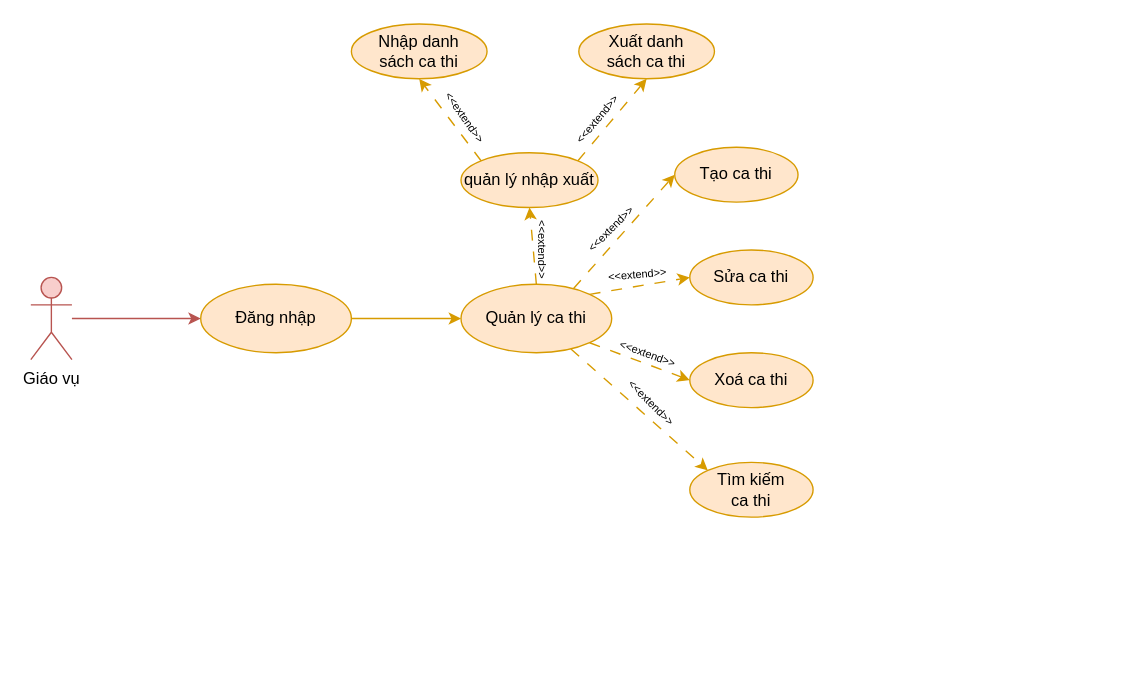
This is document/temp/draw/usecase_phanra/usecase_cathi.drawio from copecute/Edudex-Quiz, a draw.io file, before an edit. Source tidied: cells renumbered, new cells numbered last; positions are measured from the earlier drawing's top-left corner, leaving out a move shared by most shapes. Both pictures are drawn from the tidied source at 137%, with x=0, y=0 at pixel (30, 23).
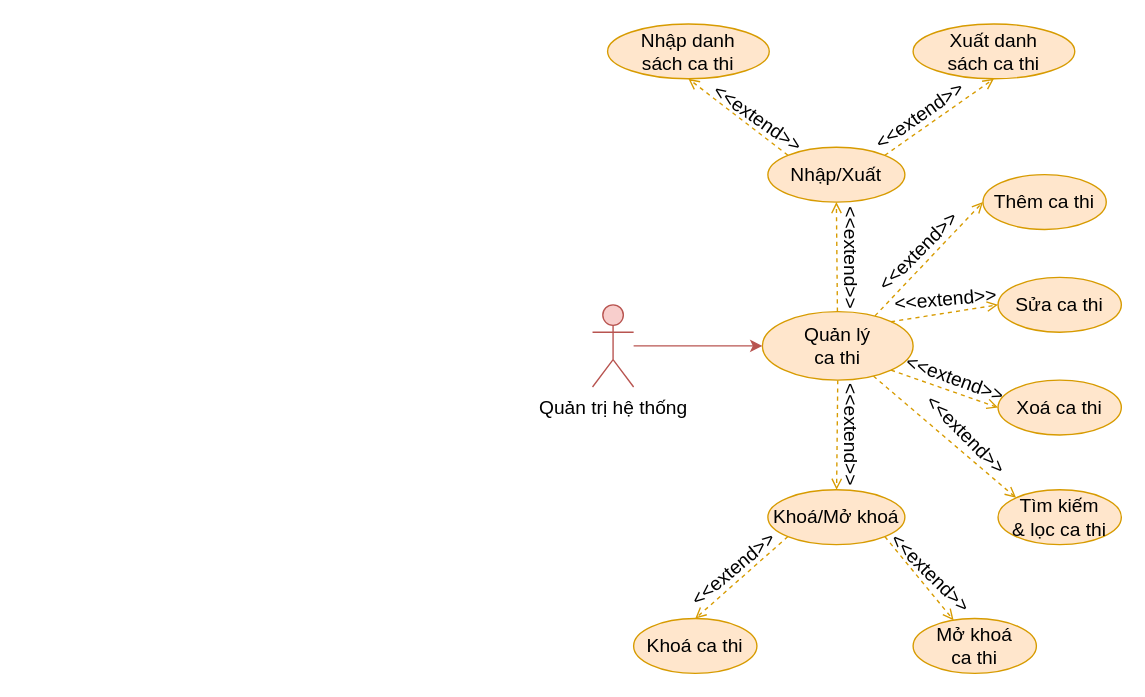
Above is the later version.

The edit, as a diff of the source:
```diff
@@
-    <mxCell id="2" value="&lt;font style=&quot;font-size: 8px;&quot;&gt;&amp;lt;&amp;lt;extend&amp;gt;&amp;gt;&lt;/font&gt;" style="text;html=1;strokeColor=none;fillColor=none;align=center;verticalAlign=middle;whiteSpace=wrap;rounded=0;rotation=90;" parent="1" vertex="1">
-      <mxGeometry x="345" y="150" width="60" height="30" as="geometry" />
-    </mxCell>
-    <mxCell id="3" style="rounded=0;jettySize=auto;html=1;entryX=0;entryY=0;entryDx=0;entryDy=0;fillColor=#ffe6cc;strokeColor=#d79b00;dashed=1;dashPattern=8 8;" parent="1" edge="1" source="5" target="12">
-      <mxGeometry relative="1" as="geometry" />
-    </mxCell>
-    <mxCell id="4" style="rounded=0;jettySize=auto;html=1;exitX=0.5;exitY=0;exitDx=0;exitDy=0;entryX=0.5;entryY=1;entryDx=0;entryDy=0;fillColor=#ffe6cc;strokeColor=#d79b00;dashed=1;dashPattern=8 8;" parent="1" edge="1" source="5" target="19">
-      <mxGeometry relative="1" as="geometry" />
-    </mxCell>
+    <mxCell id="28" style="rounded=0;jettySize=auto;html=1;entryX=0;entryY=0;entryDx=0;entryDy=0;fillColor=#ffe6cc;strokeColor=#d79b00;dashed=1;fontSize=14;endArrow=open;endFill=0;" parent="1" edge="1" source="5" target="33">
+      <mxGeometry relative="1" as="geometry" />
+    </mxCell>
+    <mxCell id="29" style="rounded=0;jettySize=auto;html=1;entryX=0.5;entryY=1;entryDx=0;entryDy=0;fillColor=#ffe6cc;strokeColor=#d79b00;dashed=1;fontSize=14;endArrow=open;endFill=0;" parent="1" edge="1" source="5" target="40">
+      <mxGeometry relative="1" as="geometry" />
+    </mxCell>
+    <mxCell id="30" style="rounded=0;jettySize=auto;html=1;dashed=1;endArrow=open;endFill=0;fillColor=#ffe6cc;strokeColor=#d79b00;fontSize=14;" parent="1" edge="1" source="5" target="48">
+      <mxGeometry relative="1" as="geometry" />
+    </mxCell>
-    <mxCell id="5" value="Quản lý ca thi" style="ellipse;whiteSpace=wrap;html=1;fillColor=#ffe6cc;strokeColor=#d79b00;" parent="1" vertex="1">
-      <mxGeometry x="314" y="190" width="110" height="50" as="geometry" />
+    <mxCell id="5" value="Quản lý&lt;br style=&quot;font-size: 14px;&quot;&gt;ca thi" style="ellipse;whiteSpace=wrap;html=1;fillColor=#ffe6cc;strokeColor=#d79b00;fontSize=14;" parent="1" vertex="1">
+      <mxGeometry x="534" y="210" width="110" height="50" as="geometry" />
     </mxCell>
-    <mxCell id="6" style="rounded=0;jettySize=auto;html=1;entryX=0;entryY=0.5;entryDx=0;entryDy=0;fillColor=#ffe6cc;strokeColor=#d79b00;exitX=0.747;exitY=0.061;exitDx=0;exitDy=0;exitPerimeter=0;dashed=1;dashPattern=8 8;" parent="1" edge="1" source="5" target="9">
-      <mxGeometry relative="1" as="geometry" />
-    </mxCell>
+    <mxCell id="31" style="rounded=0;jettySize=auto;html=1;entryX=0;entryY=0.5;entryDx=0;entryDy=0;fillColor=#ffe6cc;strokeColor=#d79b00;exitX=0.747;exitY=0.061;exitDx=0;exitDy=0;exitPerimeter=0;dashed=1;fontSize=14;endArrow=open;endFill=0;" parent="1" edge="1" source="5" target="32">
+      <mxGeometry relative="1" as="geometry" />
+    </mxCell>
-    <mxCell id="7" style="rounded=0;jettySize=auto;html=1;entryX=0;entryY=0.5;entryDx=0;entryDy=0;fillColor=#ffe6cc;strokeColor=#d79b00;exitX=1;exitY=0;exitDx=0;exitDy=0;dashed=1;dashPattern=8 8;" parent="1" edge="1" source="5" target="10">
+    <mxCell id="7" style="rounded=0;jettySize=auto;html=1;entryX=0;entryY=0.5;entryDx=0;entryDy=0;fillColor=#ffe6cc;strokeColor=#d79b00;exitX=1;exitY=0;exitDx=0;exitDy=0;dashed=1;fontSize=14;endArrow=open;endFill=0;" parent="1" edge="1" source="5" target="10">
       <mxGeometry relative="1" as="geometry" />
     </mxCell>
-    <mxCell id="8" style="rounded=0;jettySize=auto;html=1;exitX=1;exitY=1;exitDx=0;exitDy=0;entryX=0;entryY=0.5;entryDx=0;entryDy=0;fillColor=#ffe6cc;strokeColor=#d79b00;dashed=1;dashPattern=8 8;" parent="1" edge="1" source="5" target="11">
+    <mxCell id="8" style="rounded=0;jettySize=auto;html=1;exitX=1;exitY=1;exitDx=0;exitDy=0;entryX=0;entryY=0.5;entryDx=0;entryDy=0;fillColor=#ffe6cc;strokeColor=#d79b00;dashed=1;fontSize=14;endArrow=open;endFill=0;" parent="1" edge="1" source="5" target="11">
       <mxGeometry relative="1" as="geometry" />
     </mxCell>
-    <mxCell id="9" value="Tạo ca&amp;nbsp;thi" style="ellipse;whiteSpace=wrap;html=1;fillColor=#ffe6cc;strokeColor=#d79b00;" parent="1" vertex="1">
-      <mxGeometry x="470" y="90" width="90" height="40" as="geometry" />
-    </mxCell>
+    <mxCell id="32" value="Thêm ca thi" style="ellipse;whiteSpace=wrap;html=1;fillColor=#ffe6cc;strokeColor=#d79b00;fontSize=14;" parent="1" vertex="1">
+      <mxGeometry x="695" y="110" width="90" height="40" as="geometry" />
+    </mxCell>
-    <mxCell id="10" value="Sửa ca&amp;nbsp;thi" style="ellipse;whiteSpace=wrap;html=1;fillColor=#ffe6cc;strokeColor=#d79b00;" parent="1" vertex="1">
-      <mxGeometry x="481" y="165" width="90" height="40" as="geometry" />
+    <mxCell id="10" value="Sửa ca thi" style="ellipse;whiteSpace=wrap;html=1;fillColor=#ffe6cc;strokeColor=#d79b00;fontSize=14;" parent="1" vertex="1">
+      <mxGeometry x="706" y="185" width="90" height="40" as="geometry" />
     </mxCell>
-    <mxCell id="11" value="Xoá ca&amp;nbsp;thi" style="ellipse;whiteSpace=wrap;html=1;fillColor=#ffe6cc;strokeColor=#d79b00;" parent="1" vertex="1">
-      <mxGeometry x="481" y="240" width="90" height="40" as="geometry" />
+    <mxCell id="11" value="Xoá ca thi" style="ellipse;whiteSpace=wrap;html=1;fillColor=#ffe6cc;strokeColor=#d79b00;fontSize=14;" parent="1" vertex="1">
+      <mxGeometry x="706" y="260" width="90" height="40" as="geometry" />
     </mxCell>
-    <mxCell id="12" value="Tìm kiếm&lt;br&gt;ca&amp;nbsp;thi" style="ellipse;whiteSpace=wrap;html=1;fillColor=#ffe6cc;strokeColor=#d79b00;" parent="1" vertex="1">
-      <mxGeometry x="481" y="320" width="90" height="40" as="geometry" />
-    </mxCell>
-    <mxCell id="13" value="&lt;font style=&quot;font-size: 8px;&quot;&gt;&amp;lt;&amp;lt;extend&amp;gt;&amp;gt;&lt;/font&gt;" style="text;html=1;strokeColor=none;fillColor=none;align=center;verticalAlign=middle;whiteSpace=wrap;rounded=0;rotation=-45;" parent="1" vertex="1">
-      <mxGeometry x="393" y="134" width="60" height="30" as="geometry" />
-    </mxCell>
-    <mxCell id="14" value="&lt;font style=&quot;font-size: 8px;&quot;&gt;&amp;lt;&amp;lt;extend&amp;gt;&amp;gt;&lt;/font&gt;" style="text;html=1;strokeColor=none;fillColor=none;align=center;verticalAlign=middle;whiteSpace=wrap;rounded=0;rotation=-5;" parent="1" vertex="1">
-      <mxGeometry x="413" y="167" width="60" height="30" as="geometry" />
-    </mxCell>
-    <mxCell id="15" value="&lt;font style=&quot;font-size: 8px;&quot;&gt;&amp;lt;&amp;lt;extend&amp;gt;&amp;gt;&lt;/font&gt;" style="text;html=1;strokeColor=none;fillColor=none;align=center;verticalAlign=middle;whiteSpace=wrap;rounded=0;rotation=20;" parent="1" vertex="1">
-      <mxGeometry x="421" y="225" width="60" height="30" as="geometry" />
-    </mxCell>
-    <mxCell id="16" value="&lt;font style=&quot;font-size: 8px;&quot;&gt;&amp;lt;&amp;lt;extend&amp;gt;&amp;gt;&lt;/font&gt;" style="text;html=1;strokeColor=none;fillColor=none;align=center;verticalAlign=middle;whiteSpace=wrap;rounded=0;rotation=45;" parent="1" vertex="1">
-      <mxGeometry x="424" y="261" width="60" height="30" as="geometry" />
-    </mxCell>
-    <mxCell id="17" style="rounded=0;jettySize=auto;html=1;exitX=0;exitY=0;exitDx=0;exitDy=0;entryX=0.5;entryY=1;entryDx=0;entryDy=0;dashed=1;dashPattern=8 8;fillColor=#ffe6cc;strokeColor=#d79b00;" parent="1" edge="1" source="19" target="21">
-      <mxGeometry relative="1" as="geometry" />
-    </mxCell>
-    <mxCell id="18" style="rounded=0;jettySize=auto;html=1;exitX=1;exitY=0;exitDx=0;exitDy=0;entryX=0.5;entryY=1;entryDx=0;entryDy=0;dashed=1;dashPattern=8 8;fillColor=#ffe6cc;strokeColor=#d79b00;" parent="1" edge="1" source="19" target="20">
-      <mxGeometry relative="1" as="geometry" />
-    </mxCell>
-    <mxCell id="19" value="quản lý nhập xuất" style="ellipse;whiteSpace=wrap;html=1;fillColor=#ffe6cc;strokeColor=#d79b00;" parent="1" vertex="1">
-      <mxGeometry x="314" y="94" width="100" height="40" as="geometry" />
-    </mxCell>
+    <mxCell id="33" value="Tìm kiếm&lt;br style=&quot;font-size: 14px;&quot;&gt;&amp;amp; lọc ca thi" style="ellipse;whiteSpace=wrap;html=1;fillColor=#ffe6cc;strokeColor=#d79b00;fontSize=14;" parent="1" vertex="1">
+      <mxGeometry x="706" y="340" width="90" height="40" as="geometry" />
+    </mxCell>
+    <mxCell id="34" value="&lt;font style=&quot;font-size: 14px;&quot;&gt;&amp;lt;&amp;lt;extend&amp;gt;&amp;gt;&lt;/font&gt;" style="text;html=1;strokeColor=none;fillColor=none;align=center;verticalAlign=middle;whiteSpace=wrap;rounded=0;rotation=-45;fontSize=14;" parent="1" vertex="1">
+      <mxGeometry x="618" y="151" width="60" height="30" as="geometry" />
+    </mxCell>
+    <mxCell id="35" value="&lt;font style=&quot;font-size: 14px;&quot;&gt;&amp;lt;&amp;lt;extend&amp;gt;&amp;gt;&lt;/font&gt;" style="text;html=1;strokeColor=none;fillColor=none;align=center;verticalAlign=middle;whiteSpace=wrap;rounded=0;rotation=-5;fontSize=14;" parent="1" vertex="1">
+      <mxGeometry x="638" y="186" width="60" height="30" as="geometry" />
+    </mxCell>
+    <mxCell id="36" value="&lt;font style=&quot;font-size: 14px;&quot;&gt;&amp;lt;&amp;lt;extend&amp;gt;&amp;gt;&lt;/font&gt;" style="text;html=1;strokeColor=none;fillColor=none;align=center;verticalAlign=middle;whiteSpace=wrap;rounded=0;rotation=20;fontSize=14;" parent="1" vertex="1">
+      <mxGeometry x="645" y="244" width="60" height="30" as="geometry" />
+    </mxCell>
+    <mxCell id="37" value="&lt;font style=&quot;font-size: 14px;&quot;&gt;&amp;lt;&amp;lt;extend&amp;gt;&amp;gt;&lt;/font&gt;" style="text;html=1;strokeColor=none;fillColor=none;align=center;verticalAlign=middle;whiteSpace=wrap;rounded=0;rotation=45;fontSize=14;" parent="1" vertex="1">
+      <mxGeometry x="653" y="285" width="60" height="30" as="geometry" />
+    </mxCell>
+    <mxCell id="38" style="rounded=0;jettySize=auto;html=1;exitX=0;exitY=0;exitDx=0;exitDy=0;dashed=1;fillColor=#ffe6cc;strokeColor=#d79b00;fontSize=14;endArrow=open;endFill=0;" parent="1" edge="1" source="40">
+      <mxGeometry relative="1" as="geometry">
+        <mxPoint x="480" y="40" as="targetPoint" />
+      </mxGeometry>
+    </mxCell>
+    <mxCell id="39" style="rounded=0;jettySize=auto;html=1;exitX=1;exitY=0;exitDx=0;exitDy=0;dashed=1;fillColor=#ffe6cc;strokeColor=#d79b00;fontSize=14;entryX=0.5;entryY=1;entryDx=0;entryDy=0;endArrow=open;endFill=0;" parent="1" edge="1" source="40" target="20">
+      <mxGeometry relative="1" as="geometry" />
+    </mxCell>
+    <mxCell id="40" value="Nhập/Xuất" style="ellipse;whiteSpace=wrap;html=1;fillColor=#ffe6cc;strokeColor=#d79b00;fontSize=14;" parent="1" vertex="1">
+      <mxGeometry x="538" y="90" width="100" height="40" as="geometry" />
+    </mxCell>
+    <mxCell id="41" value="&lt;font style=&quot;font-size: 14px;&quot;&gt;&amp;lt;&amp;lt;extend&amp;gt;&amp;gt;&lt;/font&gt;" style="text;html=1;strokeColor=none;fillColor=none;align=center;verticalAlign=middle;whiteSpace=wrap;rounded=0;rotation=90;fontSize=14;" parent="1" vertex="1">
+      <mxGeometry x="569" y="156" width="60" height="30" as="geometry" />
+    </mxCell>
+    <mxCell id="21" value="Nhập danh&lt;br style=&quot;font-size: 14px;&quot;&gt;sách ca thi" style="ellipse;whiteSpace=wrap;html=1;fillColor=#ffe6cc;strokeColor=#d79b00;fontSize=14;" parent="1" vertex="1">
+      <mxGeometry x="421" width="118" height="40" as="geometry" />
+    </mxCell>
+    <mxCell id="42" value="&lt;font style=&quot;font-size: 14px;&quot;&gt;&amp;lt;&amp;lt;extend&amp;gt;&amp;gt;&lt;/font&gt;" style="text;html=1;strokeColor=none;fillColor=none;align=center;verticalAlign=middle;whiteSpace=wrap;rounded=0;rotation=35;fontSize=14;" parent="1" vertex="1">
+      <mxGeometry x="501" y="54" width="60" height="30" as="geometry" />
+    </mxCell>
+    <mxCell id="43" value="&lt;font style=&quot;font-size: 14px;&quot;&gt;&amp;lt;&amp;lt;extend&amp;gt;&amp;gt;&lt;/font&gt;" style="text;html=1;strokeColor=none;fillColor=none;align=center;verticalAlign=middle;whiteSpace=wrap;rounded=0;rotation=-35;fontSize=14;" parent="1" vertex="1">
+      <mxGeometry x="619" y="52" width="60" height="30" as="geometry" />
+    </mxCell>
+    <mxCell id="44" style="rounded=0;jettySize=auto;html=1;entryX=0;entryY=0.5;entryDx=0;entryDy=0;fillColor=#f8cecc;strokeColor=#b85450;fontSize=14;" parent="1" edge="1" source="45">
+      <mxGeometry relative="1" as="geometry">
+        <mxPoint x="534" y="235" as="targetPoint" />
+      </mxGeometry>
+    </mxCell>
+    <mxCell id="45" value="Quản trị hệ thống" style="shape=umlActor;verticalLabelPosition=bottom;verticalAlign=top;html=1;outlineConnect=0;fillColor=#f8cecc;strokeColor=#b85450;fontSize=14;" parent="1" vertex="1">
+      <mxGeometry x="410" y="205" width="30" height="60" as="geometry" />
+    </mxCell>
-    <mxCell id="20" value="Xuất danh&lt;br&gt;sách ca&amp;nbsp;thi" style="ellipse;whiteSpace=wrap;html=1;fillColor=#ffe6cc;strokeColor=#d79b00;" parent="1" vertex="1">
-      <mxGeometry x="400" width="99" height="40" as="geometry" />
+    <mxCell id="20" value="Xuất danh&lt;br style=&quot;font-size: 14px;&quot;&gt;sách ca thi" style="ellipse;whiteSpace=wrap;html=1;fillColor=#ffe6cc;strokeColor=#d79b00;fontSize=14;" parent="1" vertex="1">
+      <mxGeometry x="644" width="118" height="40" as="geometry" />
     </mxCell>
-    <mxCell id="21" value="Nhập danh&lt;br&gt;sách ca&amp;nbsp;thi" style="ellipse;whiteSpace=wrap;html=1;fillColor=#ffe6cc;strokeColor=#d79b00;" parent="1" vertex="1">
-      <mxGeometry x="234" width="99" height="40" as="geometry" />
-    </mxCell>
-    <mxCell id="22" value="&lt;font style=&quot;font-size: 8px;&quot;&gt;&amp;lt;&amp;lt;extend&amp;gt;&amp;gt;&lt;/font&gt;" style="text;html=1;strokeColor=none;fillColor=none;align=center;verticalAlign=middle;whiteSpace=wrap;rounded=0;rotation=55;" parent="1" vertex="1">
-      <mxGeometry x="288" y="53" width="60" height="30" as="geometry" />
-    </mxCell>
-    <mxCell id="23" value="&lt;font style=&quot;font-size: 8px;&quot;&gt;&amp;lt;&amp;lt;extend&amp;gt;&amp;gt;&lt;/font&gt;" style="text;html=1;strokeColor=none;fillColor=none;align=center;verticalAlign=middle;whiteSpace=wrap;rounded=0;rotation=-50;" parent="1" vertex="1">
-      <mxGeometry x="383" y="54" width="60" height="30" as="geometry" />
-    </mxCell>
-    <mxCell id="24" style="rounded=0;jettySize=auto;html=1;entryX=0;entryY=0.5;entryDx=0;entryDy=0;fillColor=#f8cecc;strokeColor=#b85450;" parent="1" edge="1" source="25" target="27">
-      <mxGeometry relative="1" as="geometry" />
-    </mxCell>
-    <mxCell id="25" value="Giáo vụ" style="shape=umlActor;verticalLabelPosition=bottom;verticalAlign=top;html=1;outlineConnect=0;fillColor=#f8cecc;strokeColor=#b85450;" parent="1" vertex="1">
-      <mxGeometry y="185" width="30" height="60" as="geometry" />
-    </mxCell>
-    <mxCell id="26" style="edgeStyle=orthogonalEdgeStyle;rounded=0;jettySize=auto;html=1;entryX=0;entryY=0.5;entryDx=0;entryDy=0;fillColor=#ffe6cc;strokeColor=#d79b00;" parent="1" edge="1" source="27">
-      <mxGeometry relative="1" as="geometry">
-        <mxPoint x="314" y="215" as="targetPoint" />
-      </mxGeometry>
-    </mxCell>
-    <mxCell id="27" value="Đăng nhập" style="ellipse;whiteSpace=wrap;html=1;fillColor=#ffe6cc;strokeColor=#d79b00;" parent="1" vertex="1">
-      <mxGeometry x="124" y="190" width="110" height="50" as="geometry" />
-    </mxCell>
+    <mxCell id="46" style="rounded=0;jettySize=auto;html=1;exitX=0;exitY=1;exitDx=0;exitDy=0;entryX=0.5;entryY=0;entryDx=0;entryDy=0;dashed=1;endArrow=open;endFill=0;fillColor=#ffe6cc;strokeColor=#d79b00;" parent="1" edge="1" source="48" target="50">
+      <mxGeometry relative="1" as="geometry" />
+    </mxCell>
+    <mxCell id="47" style="rounded=0;jettySize=auto;html=1;exitX=1;exitY=1;exitDx=0;exitDy=0;fillColor=#ffe6cc;strokeColor=#d79b00;dashed=1;endArrow=open;endFill=0;" parent="1" edge="1" source="48" target="51">
+      <mxGeometry relative="1" as="geometry" />
+    </mxCell>
+    <mxCell id="48" value="Khoá/Mở khoá" style="ellipse;whiteSpace=wrap;html=1;fillColor=#ffe6cc;strokeColor=#d79b00;fontSize=14;" parent="1" vertex="1">
+      <mxGeometry x="538" y="340" width="100" height="40" as="geometry" />
+    </mxCell>
+    <mxCell id="49" value="&lt;font style=&quot;font-size: 14px;&quot;&gt;&amp;lt;&amp;lt;extend&amp;gt;&amp;gt;&lt;/font&gt;" style="text;html=1;strokeColor=none;fillColor=none;align=center;verticalAlign=middle;whiteSpace=wrap;rounded=0;rotation=90;fontSize=14;" parent="1" vertex="1">
+      <mxGeometry x="569" y="285" width="60" height="30" as="geometry" />
+    </mxCell>
+    <mxCell id="50" value="Khoá ca thi" style="ellipse;whiteSpace=wrap;html=1;fillColor=#ffe6cc;strokeColor=#d79b00;fontSize=14;" parent="1" vertex="1">
+      <mxGeometry x="440" y="434" width="90" height="40" as="geometry" />
+    </mxCell>
+    <mxCell id="51" value="Mở khoá&lt;br&gt;ca thi" style="ellipse;whiteSpace=wrap;html=1;fillColor=#ffe6cc;strokeColor=#d79b00;fontSize=14;" parent="1" vertex="1">
+      <mxGeometry x="644" y="434" width="90" height="40" as="geometry" />
+    </mxCell>
+    <mxCell id="52" value="&lt;font style=&quot;font-size: 14px;&quot;&gt;&amp;lt;&amp;lt;extend&amp;gt;&amp;gt;&lt;/font&gt;" style="text;html=1;strokeColor=none;fillColor=none;align=center;verticalAlign=middle;whiteSpace=wrap;rounded=0;rotation=-40;fontSize=14;" parent="1" vertex="1">
+      <mxGeometry x="483" y="383" width="60" height="30" as="geometry" />
+    </mxCell>
+    <mxCell id="53" value="&lt;font style=&quot;font-size: 14px;&quot;&gt;&amp;lt;&amp;lt;extend&amp;gt;&amp;gt;&lt;/font&gt;" style="text;html=1;strokeColor=none;fillColor=none;align=center;verticalAlign=middle;whiteSpace=wrap;rounded=0;rotation=45;fontSize=14;" parent="1" vertex="1">
+      <mxGeometry x="627" y="386" width="60" height="30" as="geometry" />
+    </mxCell>
```
